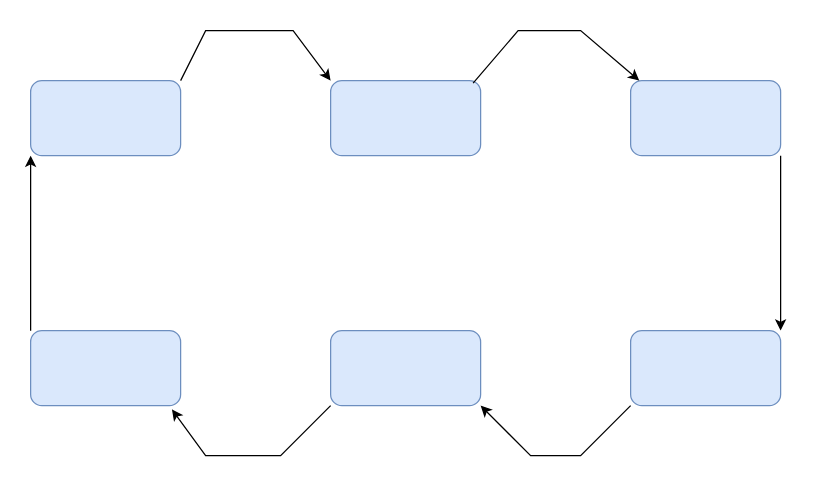
This is Diagrama sem nome.drawio from AZALONhofs/analise, a draw.io file, before an edit. Source tidied: cells renumbered, new cells numbered last; positions are measured from the earlier drawing's top-left corner, leaving out a move shared by most shapes. Both pictures are drawn from the tidied source at 125%, with x=0, y=0 at pixel (30, 30).
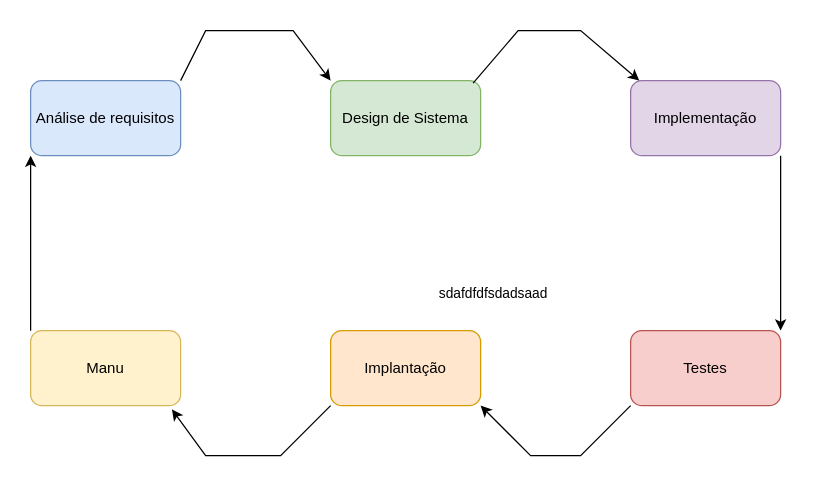
After the change.

Commit message:
Ciclo de Vida

Diff of the diagram source:
```diff
@@
-    <mxCell id="2" style="rounded=1;whiteSpace=wrap;html=1;fillColor=#dae8fc;strokeColor=#6c8ebf;" parent="1" vertex="1">
+    <mxCell id="2" value="&lt;font color=&quot;#000000&quot;&gt;Análise de requisitos&lt;/font&gt;" style="rounded=1;whiteSpace=wrap;html=1;fillColor=#dae8fc;strokeColor=#6c8ebf;" parent="1" vertex="1">
       <mxGeometry y="40" width="120" height="60" as="geometry" />
     </mxCell>
-    <mxCell id="3" style="rounded=1;whiteSpace=wrap;html=1;fillColor=#dae8fc;strokeColor=#6c8ebf;" parent="1" vertex="1">
+    <mxCell id="3" value="&lt;font color=&quot;#000000&quot;&gt;Design de Sistema&lt;/font&gt;" style="rounded=1;whiteSpace=wrap;html=1;fillColor=#d5e8d4;strokeColor=#82b366;" parent="1" vertex="1">
       <mxGeometry x="240" y="40" width="120" height="60" as="geometry" />
     </mxCell>
-    <mxCell id="4" style="rounded=1;whiteSpace=wrap;html=1;fillColor=#dae8fc;strokeColor=#6c8ebf;" parent="1" vertex="1">
+    <mxCell id="4" value="Implementação" style="rounded=1;whiteSpace=wrap;html=1;fillColor=#e1d5e7;strokeColor=#9673a6;fontColor=#000000;" parent="1" vertex="1">
       <mxGeometry x="480" y="40" width="120" height="60" as="geometry" />
     </mxCell>
-    <mxCell id="5" style="rounded=1;whiteSpace=wrap;html=1;fillColor=#dae8fc;strokeColor=#6c8ebf;" parent="1" vertex="1">
+    <mxCell id="5" value="Manu" style="rounded=1;whiteSpace=wrap;html=1;fillColor=#fff2cc;strokeColor=#d6b656;fontColor=#000000;" parent="1" vertex="1">
       <mxGeometry y="240" width="120" height="60" as="geometry" />
     </mxCell>
-    <mxCell id="6" style="rounded=1;whiteSpace=wrap;html=1;fillColor=#dae8fc;strokeColor=#6c8ebf;" parent="1" vertex="1">
+    <mxCell id="6" value="Implantação" style="rounded=1;whiteSpace=wrap;html=1;fillColor=#ffe6cc;strokeColor=#d79b00;fontColor=#000000;" parent="1" vertex="1">
       <mxGeometry x="240" y="240" width="120" height="60" as="geometry" />
     </mxCell>
-    <mxCell id="7" style="rounded=1;whiteSpace=wrap;html=1;fillColor=#dae8fc;strokeColor=#6c8ebf;" parent="1" vertex="1">
+    <mxCell id="7" value="Testes" style="rounded=1;whiteSpace=wrap;html=1;fillColor=#f8cecc;strokeColor=#b85450;fontColor=#000000;" parent="1" vertex="1">
       <mxGeometry x="480" y="240" width="120" height="60" as="geometry" />
     </mxCell>
@@
+    <mxCell id="14" value="sdafdfdfsdadsaad" style="edgeStyle=none;orthogonalLoop=1;jettySize=auto;html=1;rounded=0;" parent="1" edge="1">
+      <mxGeometry relative="1" as="geometry">
+        <mxPoint x="330" y="210" as="sourcePoint" />
+        <mxPoint x="410" y="210" as="targetPoint" />
+      </mxGeometry>
+    </mxCell>
```
